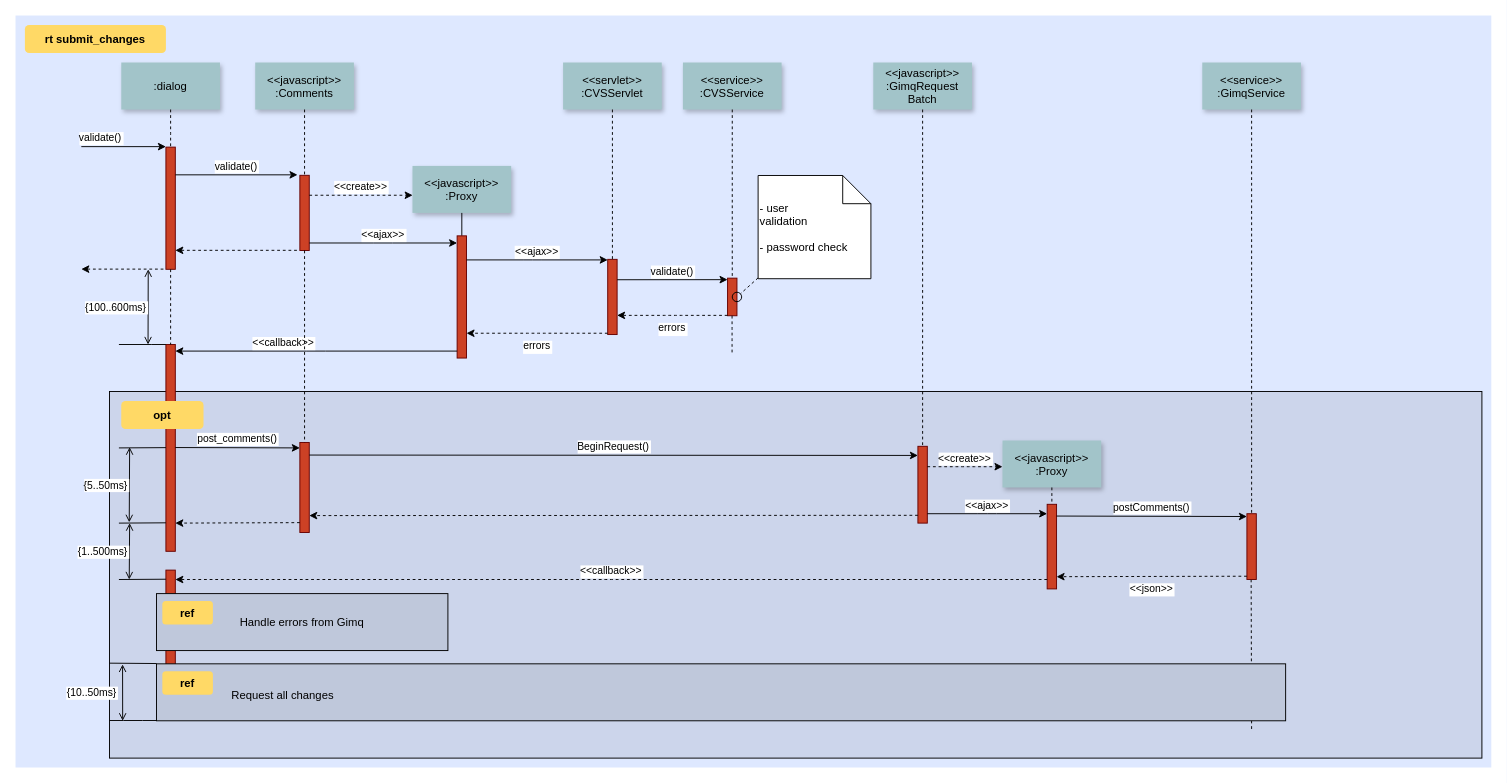
This is trace.drawio from bleedfish/hello-world, a draw.io file, before an edit. Source tidied: cells renumbered, new cells numbered last; positions are measured from the earlier drawing's top-left corner, leaving out a move shared by most shapes. Both pictures are drawn from the tidied source at 94%, with x=0, y=0 at pixel (15, 15).
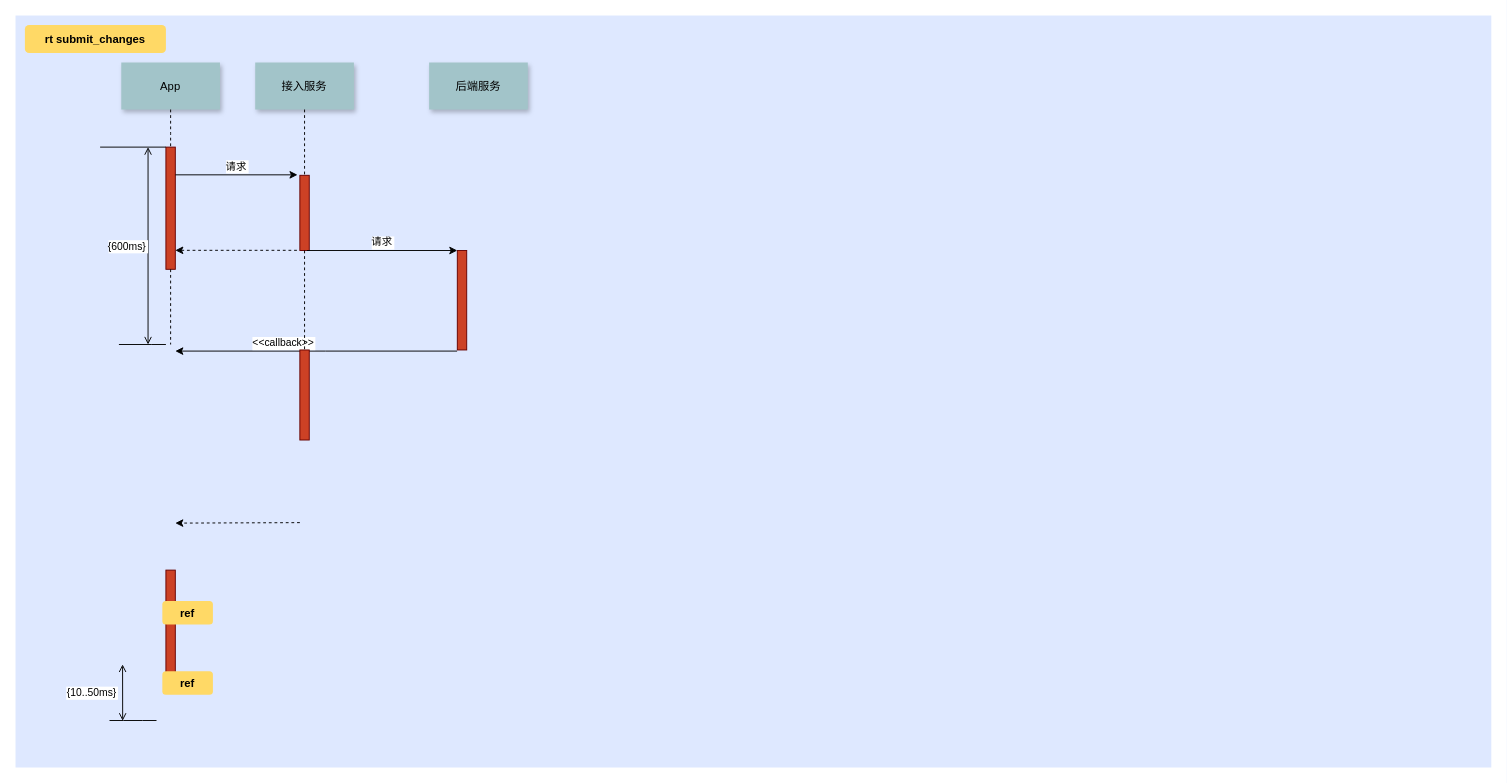
Above is the later version.

The change refers to these unchanged cells:
```xml
<mxCell id="5" style="fillColor=#CC4125;strokeColor=#660000;" parent="1" vertex="1">
  <mxGeometry x="160" y="140" width="10" height="130" as="geometry" />
</mxCell>
<mxCell id="8" style="fillColor=#CC4125;strokeColor=#660000;" parent="1" vertex="1">
  <mxGeometry x="302.5" y="170" width="10" height="80" as="geometry" />
</mxCell>
<mxCell id="57" style="fillColor=#CC4125;strokeColor=#660000;" parent="1" vertex="1">
  <mxGeometry x="160" y="590" width="10" height="130" as="geometry" />
</mxCell>
```

The edit, as a diff of the source:
```diff
@@
-    <mxCell id="3" style="fillColor=#CCD5EB;" parent="1" vertex="1">
-      <mxGeometry x="100" y="400" width="1460" height="390" as="geometry" />
-    </mxCell>
-    <mxCell id="4" style="edgeStyle=elbowEdgeStyle;elbow=horizontal;endArrow=none;dashed=1;" parent="1" edge="1">
-      <mxGeometry x="1460" y="437.9" as="geometry">
-        <mxPoint x="1314.5" y="600" as="sourcePoint" />
-        <mxPoint x="1314.5" y="760" as="targetPoint" />
-      </mxGeometry>
-    </mxCell>
@@
-    <mxCell id="6" value="validate()" style="edgeStyle=none;verticalLabelPosition=top;verticalAlign=bottom;labelPosition=left;align=right;" parent="1" edge="1">
-      <mxGeometry x="110" y="49.5" as="geometry">
-        <mxPoint x="70" y="139.5" as="sourcePoint" />
-        <mxPoint x="160" y="139.5" as="targetPoint" />
-      </mxGeometry>
-    </mxCell>
-    <mxCell id="7" value=":dialog" style="shadow=1;fillColor=#A2C4C9;strokeColor=none;" parent="1" vertex="1">
+    <mxCell id="7" value="App" style="shadow=1;fillColor=#A2C4C9;strokeColor=none;" parent="1" vertex="1">
       <mxGeometry x="112.5" y="50" width="105" height="50" as="geometry" />
     </mxCell>
@@
-    <mxCell id="9" value="&lt;&lt;javascript&gt;&gt;&#10;:Comments" style="shadow=1;fillColor=#A2C4C9;strokeColor=none;" parent="1" vertex="1">
+    <mxCell id="9" value="接入服务" style="shadow=1;fillColor=#A2C4C9;strokeColor=none;" parent="1" vertex="1">
       <mxGeometry x="255" y="50" width="105" height="50" as="geometry" />
     </mxCell>
@@
-    <mxCell id="11" value="validate()" style="edgeStyle=none;verticalLabelPosition=top;verticalAlign=bottom;" parent="1" edge="1">
+    <mxCell id="11" value="请求" style="edgeStyle=none;verticalLabelPosition=top;verticalAlign=bottom;" parent="1" edge="1">
       <mxGeometry x="220" y="92" as="geometry">
         <mxPoint x="170" y="169.5" as="sourcePoint" />
         <mxPoint x="300" y="169.5" as="targetPoint" />
       </mxGeometry>
     </mxCell>
@@
-    <mxCell id="13" style="edgeStyle=none;verticalLabelPosition=top;verticalAlign=bottom;labelPosition=left;align=right;endArrow=none;startArrow=classic;dashed=1;" parent="1" edge="1">
-      <mxGeometry x="110" y="179.8" as="geometry">
-        <mxPoint x="70" y="269.8" as="sourcePoint" />
-        <mxPoint x="160" y="269.8" as="targetPoint" />
-      </mxGeometry>
-    </mxCell>
-    <mxCell id="14" value="&lt;&lt;create&gt;&gt;" style="edgeStyle=none;verticalLabelPosition=top;verticalAlign=bottom;dashed=1;" parent="1" edge="1">
-      <mxGeometry x="385.5" y="113.9" as="geometry">
-        <mxPoint x="312.5" y="191.2" as="sourcePoint" />
-        <mxPoint x="422.5" y="191.2" as="targetPoint" />
-      </mxGeometry>
-    </mxCell>
-    <mxCell id="15" value="&lt;&lt;javascript&gt;&gt;&#10;:Proxy" style="shadow=1;fillColor=#A2C4C9;strokeColor=none;" parent="1" vertex="1">
-      <mxGeometry x="422.3" y="160" width="105" height="50" as="geometry" />
-    </mxCell>
-    <mxCell id="16" style="edgeStyle=none;endArrow=none;" parent="1" edge="1" source="15" target="17">
-      <mxGeometry x="437" y="270" as="geometry" />
-    </mxCell>
-    <mxCell id="17" style="fillColor=#CC4125;strokeColor=#660000;" parent="1" vertex="1">
-      <mxGeometry x="469.8" y="234.4" width="10" height="130" as="geometry" />
-    </mxCell>
-    <mxCell id="18" value="&lt;&lt;ajax&gt;&gt;" style="edgeStyle=elbowEdgeStyle;elbow=vertical;verticalLabelPosition=top;verticalAlign=bottom;" parent="1" edge="1" source="8" target="17">
-      <mxGeometry x="350" y="290" as="geometry" />
-    </mxCell>
-    <mxCell id="19" style="fillColor=#CC4125;strokeColor=#660000;" parent="1" vertex="1">
-      <mxGeometry x="630" y="259.4" width="10" height="80" as="geometry" />
-    </mxCell>
-    <mxCell id="20" value="&lt;&lt;servlet&gt;&gt;&#10;:CVSServlet" style="shadow=1;fillColor=#A2C4C9;strokeColor=none;" parent="1" vertex="1">
-      <mxGeometry x="582.5" y="50" width="105" height="50" as="geometry" />
+    <mxCell id="20" value="后端服务" style="shadow=1;fillColor=#A2C4C9;strokeColor=none;" parent="1" vertex="1">
+      <mxGeometry x="440" y="50" width="105" height="50" as="geometry" />
     </mxCell>
-    <mxCell id="21" style="edgeStyle=none;endArrow=none;dashed=1;" parent="1" edge="1" source="20" target="19">
-      <mxGeometry x="614.5" y="175" as="geometry" />
-    </mxCell>
-    <mxCell id="22" value="&lt;&lt;service&gt;&gt;&#10;:CVSService" style="shadow=1;fillColor=#A2C4C9;strokeColor=none;" parent="1" vertex="1">
-      <mxGeometry x="710" y="50" width="105" height="50" as="geometry" />
-    </mxCell>
-    <mxCell id="23" style="edgeStyle=none;endArrow=none;dashed=1;" parent="1" edge="1" source="22" target="24">
-      <mxGeometry x="727.3" y="165" as="geometry" />
-    </mxCell>
-    <mxCell id="24" style="fillColor=#CC4125;strokeColor=#660000;" parent="1" vertex="1">
-      <mxGeometry x="757.5" y="279.4" width="10" height="40" as="geometry" />
-    </mxCell>
-    <mxCell id="25" value="&lt;&lt;ajax&gt;&gt;" style="edgeStyle=elbowEdgeStyle;elbow=vertical;verticalLabelPosition=top;verticalAlign=bottom;" parent="1" edge="1" source="17" target="19">
-      <mxGeometry x="540" y="270" as="geometry">
-        <Array as="points">
-          <mxPoint x="550" y="260" />
-        </Array>
-      </mxGeometry>
-    </mxCell>
-    <mxCell id="26" value="errors" style="edgeStyle=elbowEdgeStyle;elbow=vertical;dashed=1;verticalLabelPosition=bottom;verticalAlign=top;" parent="1" edge="1" source="19" target="17">
-      <mxGeometry x="550" y="280" as="geometry">
-        <Array as="points">
-          <mxPoint x="553" y="338" />
-        </Array>
-      </mxGeometry>
-    </mxCell>
-    <mxCell id="27" value="&lt;&lt;javascript&gt;&gt;&#10;:GimqRequest&#10;Batch" style="shadow=1;fillColor=#A2C4C9;strokeColor=none;" parent="1" vertex="1">
-      <mxGeometry x="912.5" y="50" width="105" height="50" as="geometry" />
-    </mxCell>
@@
-    <mxCell id="29" value="validate()" style="edgeStyle=elbowEdgeStyle;elbow=vertical;verticalLabelPosition=top;verticalAlign=bottom;" parent="1" edge="1">
-      <mxGeometry x="550" y="261.7" as="geometry">
-        <mxPoint x="640" y="281.1" as="sourcePoint" />
-        <mxPoint x="757.5" y="281.1" as="targetPoint" />
-      </mxGeometry>
-    </mxCell>
-    <mxCell id="30" value="errors" style="edgeStyle=elbowEdgeStyle;elbow=vertical;dashed=1;verticalLabelPosition=bottom;verticalAlign=top;" parent="1" edge="1">
-      <mxGeometry x="560" y="309.7" as="geometry">
-        <mxPoint x="757.5" y="319" as="sourcePoint" />
-        <mxPoint x="640" y="319" as="targetPoint" />
-      </mxGeometry>
-    </mxCell>
-    <mxCell id="31" style="edgeStyle=elbowEdgeStyle;elbow=horizontal;endArrow=none;dashed=1;" parent="1" edge="1">
-      <mxGeometry x="932.3" y="240" as="geometry">
-        <mxPoint x="762.3" y="319.4" as="sourcePoint" />
-        <mxPoint x="762.3" y="360" as="targetPoint" />
-        <Array as="points">
-          <mxPoint x="762.3" y="340" />
-        </Array>
-      </mxGeometry>
-    </mxCell>
-    <mxCell id="32" style="ellipse;fillColor=none;" parent="1" vertex="1">
-      <mxGeometry x="762.5" y="294.4" width="10" height="10" as="geometry" />
-    </mxCell>
-    <mxCell id="33" value=" - user&#10; validation&#10;&#10; - password check" style="shape=note;align=left;" parent="1" vertex="1">
-      <mxGeometry x="790" y="170.2" width="120" height="109.8" as="geometry" />
-    </mxCell>
-    <mxCell id="34" style="edgeStyle=none;endArrow=none;dashed=1;" parent="1" edge="1" source="33" target="32">
-      <mxGeometry x="1030" y="180" as="geometry" />
-    </mxCell>
-    <mxCell id="35" style="fillColor=#CC4125;strokeColor=#660000;" parent="1" vertex="1">
-      <mxGeometry x="160" y="350" width="10" height="220" as="geometry" />
-    </mxCell>
-    <mxCell id="36" value="             &lt;&lt;callback&gt;&gt;                                " style="edgeStyle=elbowEdgeStyle;elbow=vertical;dashed=0;verticalLabelPosition=top;verticalAlign=bottom;align=right;" parent="1" edge="1" source="17" target="35">
-      <mxGeometry x="190" y="329.8" as="geometry" />
+    <mxCell id="36" value="             &lt;&lt;callback&gt;&gt;                                " style="edgeStyle=elbowEdgeStyle;elbow=vertical;dashed=0;verticalLabelPosition=top;verticalAlign=bottom;align=right;" parent="1" edge="1">
+      <mxGeometry x="190" y="329.8" as="geometry">
+        <mxPoint x="469.8" y="357" as="sourcePoint" />
+        <mxPoint x="170" y="357" as="targetPoint" />
+      </mxGeometry>
     </mxCell>
-    <mxCell id="37" style="edgeStyle=none;dashed=1;endArrow=none;" parent="1" edge="1" source="5" target="35">
-      <mxGeometry x="50" y="300" as="geometry" />
+    <mxCell id="37" style="edgeStyle=none;dashed=1;endArrow=none;" parent="1" edge="1" source="5">
+      <mxGeometry x="50" y="300" as="geometry">
+        <mxPoint x="165" y="350" as="targetPoint" />
+      </mxGeometry>
     </mxCell>
-    <mxCell id="38" style="edgeStyle=elbowEdgeStyle;elbow=vertical;endArrow=none;" parent="1" edge="1" source="35">
+    <mxCell id="38" style="edgeStyle=elbowEdgeStyle;elbow=vertical;endArrow=none;" parent="1" edge="1">
       <mxGeometry x="60" y="310" as="geometry">
+        <mxPoint x="160" y="350" as="sourcePoint" />
         <mxPoint x="110" y="350" as="targetPoint" />
       </mxGeometry>
     </mxCell>
-    <mxCell id="39" value="{100..600ms}" style="edgeStyle=elbowEdgeStyle;elbow=horizontal;startArrow=open;endArrow=open;labelPosition=left;align=right;" parent="1" edge="1">
+    <mxCell id="39" value="{600ms}" style="edgeStyle=elbowEdgeStyle;elbow=horizontal;startArrow=open;endArrow=open;labelPosition=left;align=right;" parent="1" edge="1">
       <mxGeometry x="61.2" y="290" as="geometry">
-        <mxPoint x="141.2" y="270" as="sourcePoint" />
+        <mxPoint x="141" y="140" as="sourcePoint" />
         <mxPoint x="141.2" y="350" as="targetPoint" />
       </mxGeometry>
     </mxCell>
     <mxCell id="40" style="fillColor=#CC4125;strokeColor=#660000;" parent="1" vertex="1">
-      <mxGeometry x="302.5" y="454.2" width="10" height="95.8" as="geometry" />
+      <mxGeometry x="302.5" y="355.8" width="10" height="95.8" as="geometry" />
     </mxCell>
-    <mxCell id="41" style="fillColor=#CC4125;strokeColor=#660000;" parent="1" vertex="1">
-      <mxGeometry x="960" y="458.3" width="10" height="81.7" as="geometry" />
-    </mxCell>
-    <mxCell id="42" style="edgeStyle=none;endArrow=none;dashed=1;" parent="1" edge="1" source="27" target="41">
-      <mxGeometry x="956.6" y="205" as="geometry" />
-    </mxCell>
-    <mxCell id="43" value="post_comments()" style="edgeStyle=elbowEdgeStyle;elbow=vertical;verticalLabelPosition=top;verticalAlign=bottom;" parent="1" edge="1">
-      <mxGeometry x="212.5" y="469.6" as="geometry">
-        <mxPoint x="170" y="459.6" as="sourcePoint" />
-        <mxPoint x="302.5" y="459.6" as="targetPoint" />
-      </mxGeometry>
-    </mxCell>
@@
-    <mxCell id="45" value="BeginRequest()" style="edgeStyle=elbowEdgeStyle;elbow=vertical;verticalLabelPosition=top;verticalAlign=bottom;" parent="1" edge="1">
-      <mxGeometry x="530" y="436.8" as="geometry">
-        <mxPoint x="312.5" y="467.6" as="sourcePoint" />
-        <mxPoint x="960" y="467.6" as="targetPoint" />
-      </mxGeometry>
-    </mxCell>
-    <mxCell id="46" style="edgeStyle=elbowEdgeStyle;elbow=vertical;dashed=1;verticalLabelPosition=bottom;verticalAlign=top;" parent="1" edge="1">
-      <mxGeometry x="530" y="549.1" as="geometry">
-        <mxPoint x="960" y="531.7" as="sourcePoint" />
-        <mxPoint x="312.5" y="531.7" as="targetPoint" />
-      </mxGeometry>
-    </mxCell>
-    <mxCell id="47" value="&lt;&lt;javascript&gt;&gt;&#10;:Proxy" style="shadow=1;fillColor=#A2C4C9;strokeColor=none;" parent="1" vertex="1">
-      <mxGeometry x="1050" y="452.1" width="105" height="50" as="geometry" />
-    </mxCell>
-    <mxCell id="48" style="edgeStyle=none;endArrow=none;dashed=1;" parent="1" edge="1" source="47" target="49">
-      <mxGeometry x="1204.1" y="380.1" as="geometry" />
-    </mxCell>
-    <mxCell id="49" style="fillColor=#CC4125;strokeColor=#660000;" parent="1" vertex="1">
-      <mxGeometry x="1097.5" y="520" width="10" height="90" as="geometry" />
-    </mxCell>
-    <mxCell id="50" style="fillColor=#CC4125;strokeColor=#660000;" parent="1" vertex="1">
-      <mxGeometry x="1310" y="530" width="10" height="70" as="geometry" />
-    </mxCell>
-    <mxCell id="51" value="&lt;&lt;create&gt;&gt;" style="edgeStyle=elbowEdgeStyle;elbow=vertical;verticalLabelPosition=top;verticalAlign=bottom;dashed=1;" parent="1" edge="1" source="41" target="47">
-      <mxGeometry x="901.2" y="322.5" as="geometry" />
-    </mxCell>
-    <mxCell id="52" value="&lt;&lt;ajax&gt;&gt;" style="edgeStyle=elbowEdgeStyle;elbow=vertical;verticalLabelPosition=top;verticalAlign=bottom;" parent="1" edge="1" source="41" target="49">
-      <mxGeometry x="1065" y="359.5" as="geometry" />
-    </mxCell>
-    <mxCell id="53" value="postComments()" style="edgeStyle=elbowEdgeStyle;elbow=vertical;verticalLabelPosition=top;verticalAlign=bottom;" parent="1" edge="1">
-      <mxGeometry x="1225" y="309.5" as="geometry">
-        <mxPoint x="1107.5" y="532.5" as="sourcePoint" />
-        <mxPoint x="1310" y="532.5" as="targetPoint" />
-      </mxGeometry>
-    </mxCell>
-    <mxCell id="54" value="&lt;&lt;json&gt;&gt;" style="edgeStyle=elbowEdgeStyle;elbow=vertical;dashed=1;verticalLabelPosition=bottom;verticalAlign=top;" parent="1" edge="1">
-      <mxGeometry x="1075" y="396" as="geometry">
-        <mxPoint x="1310" y="596.5" as="sourcePoint" />
-        <mxPoint x="1107.5" y="596.5" as="targetPoint" />
-      </mxGeometry>
-    </mxCell>
-    <mxCell id="55" value="&lt;&lt;service&gt;&gt;&#10;:GimqService" style="shadow=1;fillColor=#A2C4C9;strokeColor=none;" parent="1" vertex="1">
-      <mxGeometry x="1262.5" y="50" width="105" height="50" as="geometry" />
-    </mxCell>
-    <mxCell id="56" style="edgeStyle=none;endArrow=none;dashed=1;" parent="1" edge="1" source="55" target="50">
-      <mxGeometry x="1174.1" y="210" as="geometry" />
-    </mxCell>
@@
-    <mxCell id="59" value="&lt;&lt;callback&gt;&gt;" style="edgeStyle=elbowEdgeStyle;elbow=vertical;dashed=1;verticalLabelPosition=bottom;verticalAlign=bottom;" parent="1" edge="1" source="49" target="57">
-      <mxGeometry x="540" y="559.1" as="geometry" />
-    </mxCell>
@@
-    <mxCell id="61" value="opt" style="rounded=1;fontStyle=1;fillColor=#FFD966;strokeColor=none;" parent="1" vertex="1">
-      <mxGeometry x="112.5" y="410" width="87.5" height="30" as="geometry" />
-    </mxCell>
-    <mxCell id="62" value="Handle errors from Gimq" style="fillColor=#BFC8DB;" parent="1" vertex="1">
-      <mxGeometry x="150" y="615" width="310" height="60.6" as="geometry" />
-    </mxCell>
@@
-    <mxCell id="64" style="align=left;fillColor=#BFC8DB;" parent="1" vertex="1">
-      <mxGeometry x="150" y="689.7" width="1201.2" height="60.6" as="geometry" />
-    </mxCell>
@@
-    <mxCell id="66" value="Request all changes" style="text;align=left;" parent="1" vertex="1">
-      <mxGeometry x="228.1" y="710.1" width="351.8" height="26" as="geometry" />
-    </mxCell>
-    <mxCell id="67" style="edgeStyle=elbowEdgeStyle;elbow=vertical;endArrow=none;" parent="1" edge="1">
-      <mxGeometry x="60" y="419.7" as="geometry">
-        <mxPoint x="160" y="459.7" as="sourcePoint" />
-        <mxPoint x="110" y="459.7" as="targetPoint" />
-      </mxGeometry>
-    </mxCell>
-    <mxCell id="68" style="edgeStyle=elbowEdgeStyle;elbow=vertical;endArrow=none;" parent="1" edge="1">
-      <mxGeometry x="60" y="499.7" as="geometry">
-        <mxPoint x="160" y="539.7" as="sourcePoint" />
-        <mxPoint x="110" y="539.7" as="targetPoint" />
-      </mxGeometry>
-    </mxCell>
-    <mxCell id="69" style="edgeStyle=elbowEdgeStyle;elbow=vertical;endArrow=none;" parent="1" edge="1">
-      <mxGeometry x="60" y="559.7" as="geometry">
-        <mxPoint x="160" y="599.7" as="sourcePoint" />
-        <mxPoint x="110" y="599.7" as="targetPoint" />
-      </mxGeometry>
-    </mxCell>
-    <mxCell id="70" style="edgeStyle=elbowEdgeStyle;elbow=vertical;endArrow=none;" parent="1" edge="1">
-      <mxGeometry x="50" y="649.4" as="geometry">
-        <mxPoint x="150" y="689.4" as="sourcePoint" />
-        <mxPoint x="100" y="689.4" as="targetPoint" />
+    <mxCell id="70" style="edgeStyle=elbowEdgeStyle;elbow=vertical;endArrow=none;exitX=0;exitY=0;exitDx=0;exitDy=0;" parent="1" edge="1" source="5">
+      <mxGeometry x="40" y="100.4" as="geometry">
+        <mxPoint x="90" y="140.4" as="targetPoint" />
       </mxGeometry>
     </mxCell>
@@
-    <mxCell id="72" value="{5..50ms}" style="edgeStyle=elbowEdgeStyle;elbow=horizontal;startArrow=open;endArrow=open;labelPosition=left;align=right;" parent="1" edge="1">
-      <mxGeometry x="41.4" y="479.2" as="geometry">
-        <mxPoint x="121.4" y="459.2" as="sourcePoint" />
-        <mxPoint x="121.4" y="539.2" as="targetPoint" />
-      </mxGeometry>
-    </mxCell>
-    <mxCell id="73" value="{1..500ms}" style="edgeStyle=elbowEdgeStyle;elbow=horizontal;startArrow=open;endArrow=open;labelPosition=left;align=right;" parent="1" edge="1">
-      <mxGeometry x="42.9" y="560" as="geometry">
-        <mxPoint x="121.4" y="540" as="sourcePoint" />
-        <mxPoint x="121.4" y="600" as="targetPoint" />
-      </mxGeometry>
-    </mxCell>
@@
+    <mxCell id="75" style="fillColor=#CC4125;strokeColor=#660000;" parent="1" vertex="1">
+      <mxGeometry x="470" y="250" width="10" height="105.8" as="geometry" />
+    </mxCell>
+    <mxCell id="76" value="请求" style="edgeStyle=none;verticalLabelPosition=top;verticalAlign=bottom;entryX=0;entryY=0;entryDx=0;entryDy=0;" parent="1" edge="1" target="75">
+      <mxGeometry x="380" y="172.5" as="geometry">
+        <mxPoint x="310" y="250" as="sourcePoint" />
+      </mxGeometry>
+    </mxCell>
```
